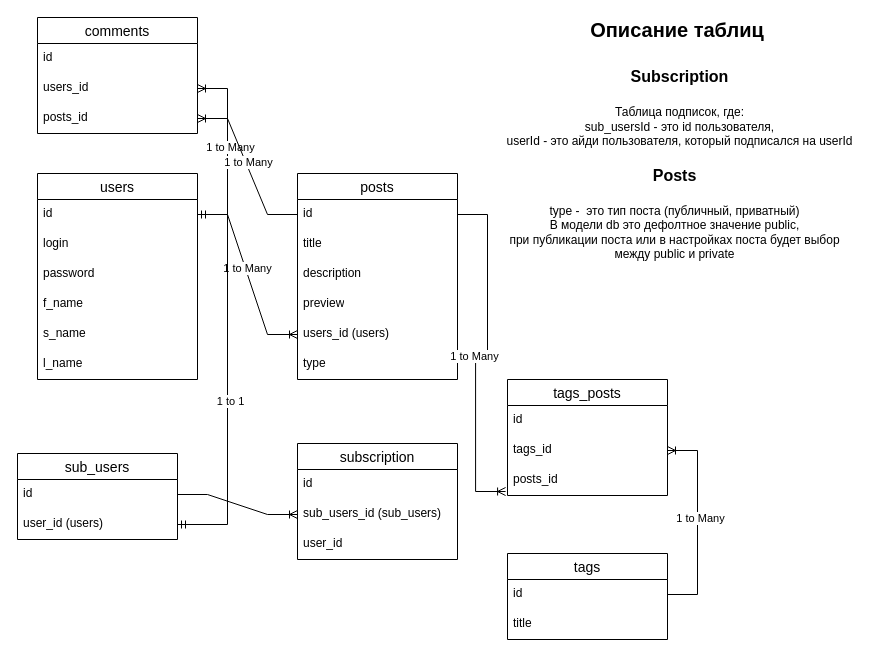
Above: ERD.drawio in B4rrrry/blog_case3 (draw.io), before the change. Source tidied: cells renumbered, new cells numbered last; positions are measured from the earlier drawing's top-left corner, leaving out a move shared by most shapes. Both pictures are drawn from the tidied source at 100%, with x=0, y=0 at pixel (17, 17).
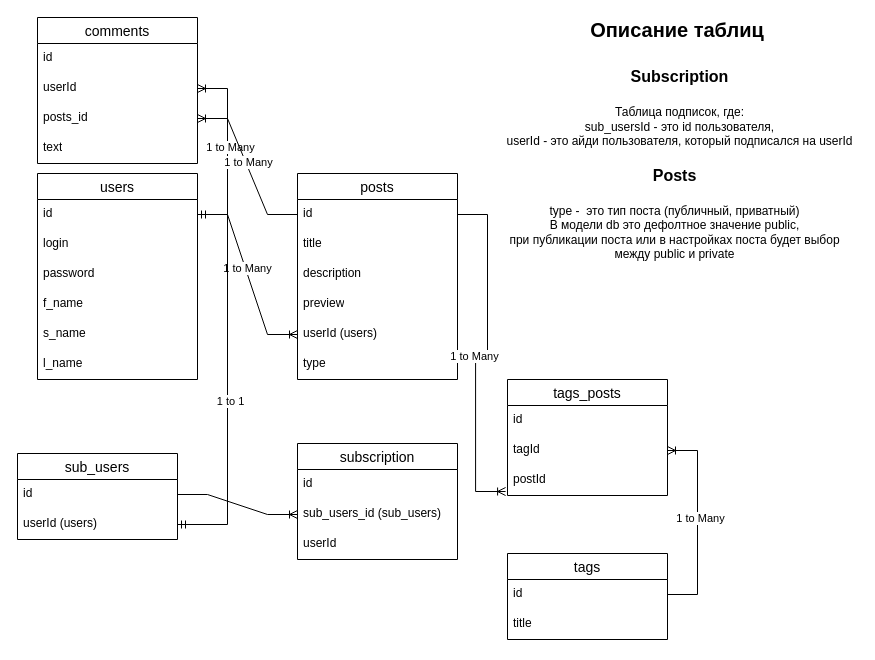
The same diagram, later.

Unchanged cells that the change refers to:
```xml
<mxCell id="9" value="posts" style="swimlane;fontStyle=0;horizontal=1;startSize=26;align=center;fontSize=14;" parent="1" vertex="1">
  <mxGeometry x="280" y="156" width="160" height="206" as="geometry" />
</mxCell>
<mxCell id="16" value="subscription" style="swimlane;fontStyle=0;horizontal=1;startSize=26;align=center;fontSize=14;" parent="1" vertex="1">
  <mxGeometry x="280" y="426" width="160" height="116" as="geometry" />
</mxCell>
<mxCell id="20" value="sub_users" style="swimlane;fontStyle=0;horizontal=1;startSize=26;align=center;fontSize=14;" parent="1" vertex="1">
  <mxGeometry y="436" width="160" height="86" as="geometry" />
</mxCell>
<mxCell id="29" value="tags_posts" style="swimlane;fontStyle=0;horizontal=1;startSize=26;align=center;fontSize=14;" parent="1" vertex="1">
  <mxGeometry x="490" y="362" width="160" height="116" as="geometry" />
</mxCell>
```

Diff of the diagram source:
```diff
@@
-    <mxCell id="14" value="users_id (users)" style="text;strokeColor=none;fillColor=none;spacingLeft=4;spacingRight=4;overflow=hidden;points=[[0,0.5],[1,0.5]];portConstraint=eastwest;fontSize=12;whiteSpace=wrap;html=1;" parent="9" vertex="1">
+    <mxCell id="14" value="userId (users)" style="text;strokeColor=none;fillColor=none;spacingLeft=4;spacingRight=4;overflow=hidden;points=[[0,0.5],[1,0.5]];portConstraint=eastwest;fontSize=12;whiteSpace=wrap;html=1;" parent="9" vertex="1">
       <mxGeometry y="146" width="160" height="30" as="geometry" />
     </mxCell>
@@
-    <mxCell id="19" value="user_id" style="text;strokeColor=none;fillColor=none;spacingLeft=4;spacingRight=4;overflow=hidden;fontSize=12;whiteSpace=wrap;html=1;" parent="16" vertex="1">
+    <mxCell id="19" value="userId" style="text;strokeColor=none;fillColor=none;spacingLeft=4;spacingRight=4;overflow=hidden;fontSize=12;whiteSpace=wrap;html=1;" parent="16" vertex="1">
       <mxGeometry y="86" width="160" height="30" as="geometry" />
     </mxCell>
@@
-    <mxCell id="22" value="user_id (users)" style="text;strokeColor=none;fillColor=none;spacingLeft=4;spacingRight=4;overflow=hidden;points=[[0,0.5],[1,0.5]];portConstraint=eastwest;fontSize=12;whiteSpace=wrap;html=1;" parent="20" vertex="1">
+    <mxCell id="22" value="userId (users)" style="text;strokeColor=none;fillColor=none;spacingLeft=4;spacingRight=4;overflow=hidden;points=[[0,0.5],[1,0.5]];portConstraint=eastwest;fontSize=12;whiteSpace=wrap;html=1;" parent="20" vertex="1">
       <mxGeometry y="56" width="160" height="30" as="geometry" />
     </mxCell>
@@
-    <mxCell id="31" value="tags_id" style="text;strokeColor=none;fillColor=none;spacingLeft=4;spacingRight=4;overflow=hidden;points=[[0,0.5],[1,0.5]];portConstraint=eastwest;fontSize=12;whiteSpace=wrap;html=1;" parent="29" vertex="1">
+    <mxCell id="31" value="tagId" style="text;strokeColor=none;fillColor=none;spacingLeft=4;spacingRight=4;overflow=hidden;points=[[0,0.5],[1,0.5]];portConstraint=eastwest;fontSize=12;whiteSpace=wrap;html=1;" parent="29" vertex="1">
       <mxGeometry y="56" width="160" height="30" as="geometry" />
     </mxCell>
-    <mxCell id="32" value="posts_id" style="text;strokeColor=none;fillColor=none;spacingLeft=4;spacingRight=4;overflow=hidden;points=[[0,0.5],[1,0.5]];portConstraint=eastwest;fontSize=12;whiteSpace=wrap;html=1;" parent="29" vertex="1">
+    <mxCell id="32" value="postId" style="text;strokeColor=none;fillColor=none;spacingLeft=4;spacingRight=4;overflow=hidden;points=[[0,0.5],[1,0.5]];portConstraint=eastwest;fontSize=12;whiteSpace=wrap;html=1;" parent="29" vertex="1">
       <mxGeometry y="86" width="160" height="30" as="geometry" />
     </mxCell>
     <mxCell id="33" value="comments" style="swimlane;fontStyle=0;horizontal=1;startSize=26;align=center;fontSize=14;" parent="1" vertex="1">
-      <mxGeometry x="20" width="160" height="116" as="geometry" />
+      <mxGeometry x="20" width="160" height="146" as="geometry" />
     </mxCell>
@@
-    <mxCell id="35" value="users_id" style="text;strokeColor=none;fillColor=none;spacingLeft=4;spacingRight=4;overflow=hidden;points=[[0,0.5],[1,0.5]];portConstraint=eastwest;fontSize=12;whiteSpace=wrap;html=1;" parent="33" vertex="1">
+    <mxCell id="35" value="userId" style="text;strokeColor=none;fillColor=none;spacingLeft=4;spacingRight=4;overflow=hidden;points=[[0,0.5],[1,0.5]];portConstraint=eastwest;fontSize=12;whiteSpace=wrap;html=1;" parent="33" vertex="1">
       <mxGeometry y="56" width="160" height="30" as="geometry" />
     </mxCell>
@@
+    <mxCell id="50" value="text" style="text;strokeColor=none;fillColor=none;spacingLeft=4;spacingRight=4;overflow=hidden;fontSize=12;whiteSpace=wrap;html=1;" parent="33" vertex="1">
+      <mxGeometry y="116" width="160" height="30" as="geometry" />
+    </mxCell>
```
